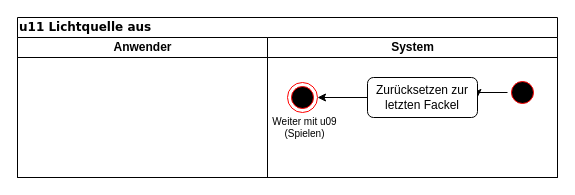
The draw.io diagram u11.drawio in Skill3rboy/OOS, before the edit. Source tidied: cells renumbered, new cells numbered last; positions are measured from the earlier drawing's top-left corner, leaving out a move shared by most shapes. Both pictures are drawn from the tidied source at 100%, with x=0, y=0 at pixel (17, 17).
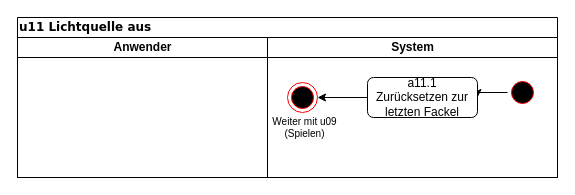
After the change.

The edit, as a diff of the source:
```diff
@@
 <mxGraphModel>
   <root>
     <mxCell id="0" />
     <mxCell id="1" parent="0" />
     <mxCell id="2" value="u11 Lichtquelle aus" style="swimlane;html=1;startSize=20;rounded=0;shadow=0;comic=0;labelBackgroundColor=none;strokeWidth=1;fontFamily=Verdana;fontSize=12;align=left;" parent="1" vertex="1">
       <mxGeometry width="540" height="160" as="geometry" />
     </mxCell>
     <mxCell id="3" value="Anwender" style="swimlane;html=1;startSize=20;" parent="2" vertex="1">
       <mxGeometry y="20" width="250" height="140" as="geometry" />
     </mxCell>
     <mxCell id="4" value="System" style="swimlane;html=1;startSize=20;" parent="2" vertex="1">
       <mxGeometry x="250" y="20" width="290" height="140" as="geometry" />
     </mxCell>
     <mxCell id="5" style="edgeStyle=orthogonalEdgeStyle;rounded=0;jettySize=auto;html=1;exitX=0;exitY=0.5;exitDx=0;exitDy=0;entryX=1;entryY=0.5;entryDx=0;entryDy=0;" parent="4" edge="1" source="6" target="8">
       <mxGeometry relative="1" as="geometry" />
     </mxCell>
     <mxCell id="6" style="ellipse;html=1;shape=startState;fillColor=#000000;strokeColor=#ff0000;" parent="4" vertex="1">
       <mxGeometry x="240" y="40" width="30" height="30" as="geometry" />
     </mxCell>
     <mxCell id="7" style="edgeStyle=orthogonalEdgeStyle;rounded=0;jettySize=auto;html=1;exitX=0;exitY=0.5;exitDx=0;exitDy=0;entryX=1;entryY=0.5;entryDx=0;entryDy=0;" parent="4" edge="1" source="8" target="9">
       <mxGeometry relative="1" as="geometry" />
     </mxCell>
-    <mxCell id="8" value="Zurücksetzen zur letzten Fackel" style="rounded=1;whiteSpace=wrap;html=1;" parent="4" vertex="1">
+    <mxCell id="8" value="a11.1&lt;br&gt;Zurücksetzen zur letzten Fackel" style="rounded=1;whiteSpace=wrap;html=1;" parent="4" vertex="1">
       <mxGeometry x="100" y="40" width="110" height="40" as="geometry" />
     </mxCell>
     <mxCell id="9" style="ellipse;html=1;shape=endState;fillColor=#000000;strokeColor=#ff0000;" parent="4" vertex="1">
       <mxGeometry x="20" y="45" width="30" height="30" as="geometry" />
     </mxCell>
     <mxCell id="10" value="Weiter mit u09&lt;br&gt;(Spielen)" style="text;html=1;strokeColor=none;fillColor=none;align=center;verticalAlign=middle;whiteSpace=wrap;rounded=0;fontSize=10;" parent="4" vertex="1">
       <mxGeometry y="80" width="75" height="20" as="geometry" />
     </mxCell>
   </root>
 </mxGraphModel>
```
